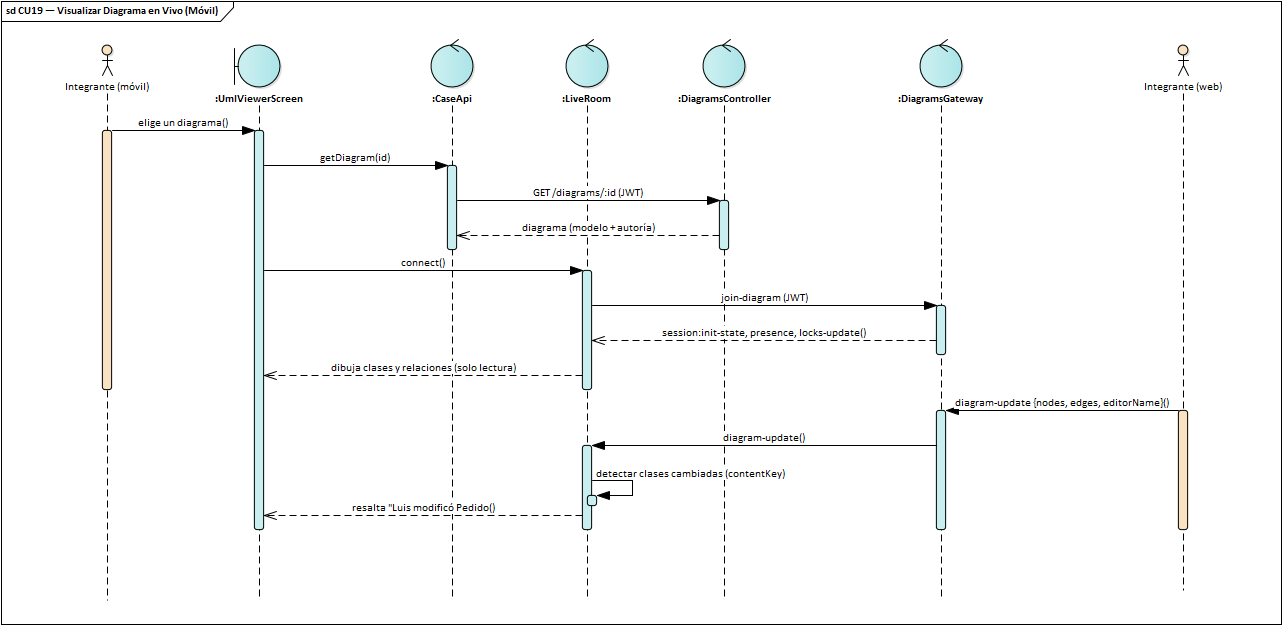
This is docs/diagrams/ea/img/seq_cu19.png from luisfernandoAngulo28/generador_diagrama_clases_uml, a PlantUML export, as it was before one commit. Its source is kept beside it as docs/diagrams/2do_parcial/pud/seq_cu19.plantuml. The source it was exported from:
```plantuml
@startuml seq_cu19
!include _seq.iuml
title CU19 — Visualizar Diagrama en Vivo (Móvil)\n<size:11>Diagrama de Secuencia · UML 2.5.1</size>
actor "Integrante (móvil)" as A
boundary ":UmlViewerScreen" as V
control ":CaseApi" as API
control ":LiveRoom" as L
control ":DiagramsController" as C
control ":DiagramsGateway" as G
actor "Integrante (web)" as W
A -> V : elige un diagrama
V -> API : getDiagram(id)
API -> C : GET /diagrams/:id (JWT)
C --> API : diagrama (modelo + autoría)
V -> L : connect()
L -> G : join-diagram (JWT)
G --> L : session:init-state, presence, locks-update
L --> V : dibuja clases y relaciones (solo lectura)
W -> G : diagram-update {nodes, edges, editorName}
G -> L : diagram-update
L -> L : detectar clases cambiadas (contentKey)
L --> V : resalta "Luis modificó Pedido"
@enduml
```
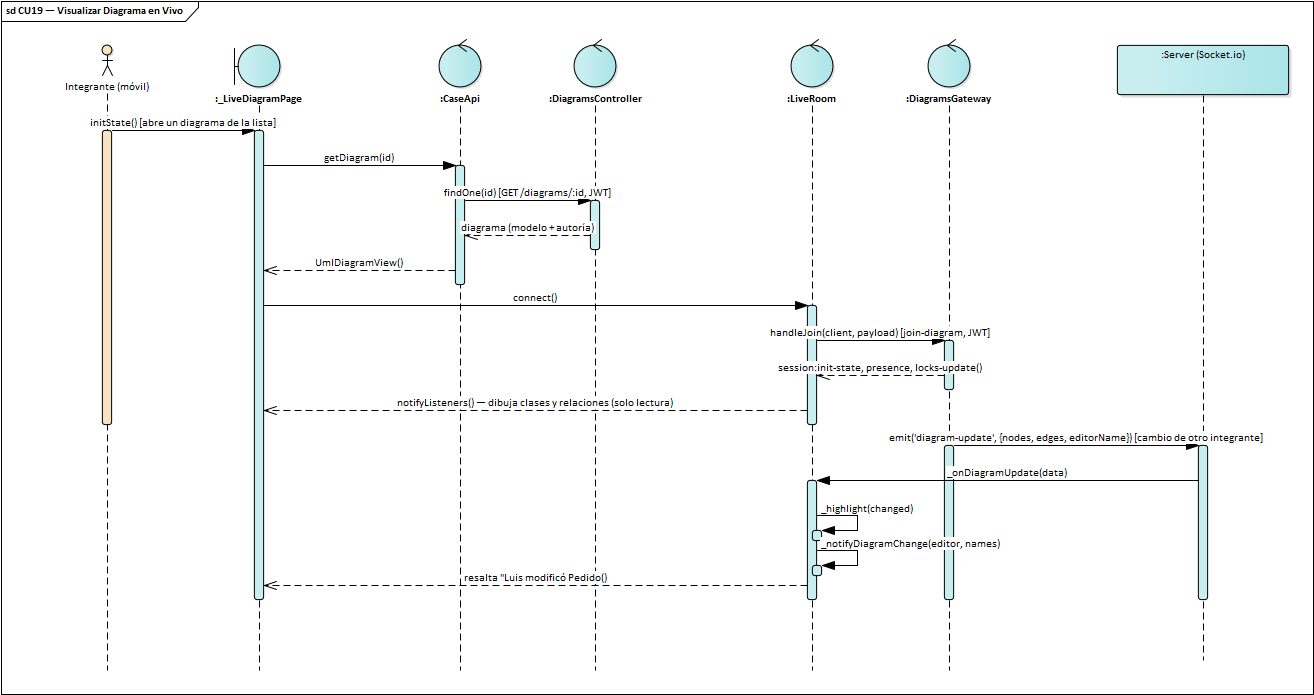
Later version of the same file.

Change to the diagram source:
```diff
@@ -1,23 +1,25 @@
 @startuml seq_cu19
 !include _seq.iuml
-title CU19 — Visualizar Diagrama en Vivo (Móvil)\n<size:11>Diagrama de Secuencia · UML 2.5.1</size>
+title CU19 — Visualizar Diagrama en Vivo\n<size:11>Diagrama de Secuencia · UML 2.5.1 · cada mensaje es una operación de la clase que lo recibe</size>
 actor "Integrante (móvil)" as A
-boundary ":UmlViewerScreen" as V
+boundary ":_LiveDiagramPage" as V
 control ":CaseApi" as API
+control ":DiagramsController" as C
 control ":LiveRoom" as L
-control ":DiagramsController" as C
 control ":DiagramsGateway" as G
-actor "Integrante (web)" as W
-A -> V : elige un diagrama
+participant ":Server (Socket.io)" as SV
+A -> V : initState() [abre un diagrama de la lista]
 V -> API : getDiagram(id)
-API -> C : GET /diagrams/:id (JWT)
+API -> C : findOne(id) [GET /diagrams/:id, JWT]
 C --> API : diagrama (modelo + autoría)
+API --> V : UmlDiagramView
 V -> L : connect()
-L -> G : join-diagram (JWT)
+L -> G : handleJoin(client, payload) [join-diagram, JWT]
 G --> L : session:init-state, presence, locks-update
-L --> V : dibuja clases y relaciones (solo lectura)
-W -> G : diagram-update {nodes, edges, editorName}
-G -> L : diagram-update
-L -> L : detectar clases cambiadas (contentKey)
+L --> V : notifyListeners() — dibuja clases y relaciones (solo lectura)
+G -> SV : emit('diagram-update', {nodes, edges, editorName}) [cambio de otro integrante]
+SV -> L : _onDiagramUpdate(data)
+L -> L : _highlight(changed)
+L -> L : _notifyDiagramChange(editor, names)
 L --> V : resalta "Luis modificó Pedido"
 @enduml
```
